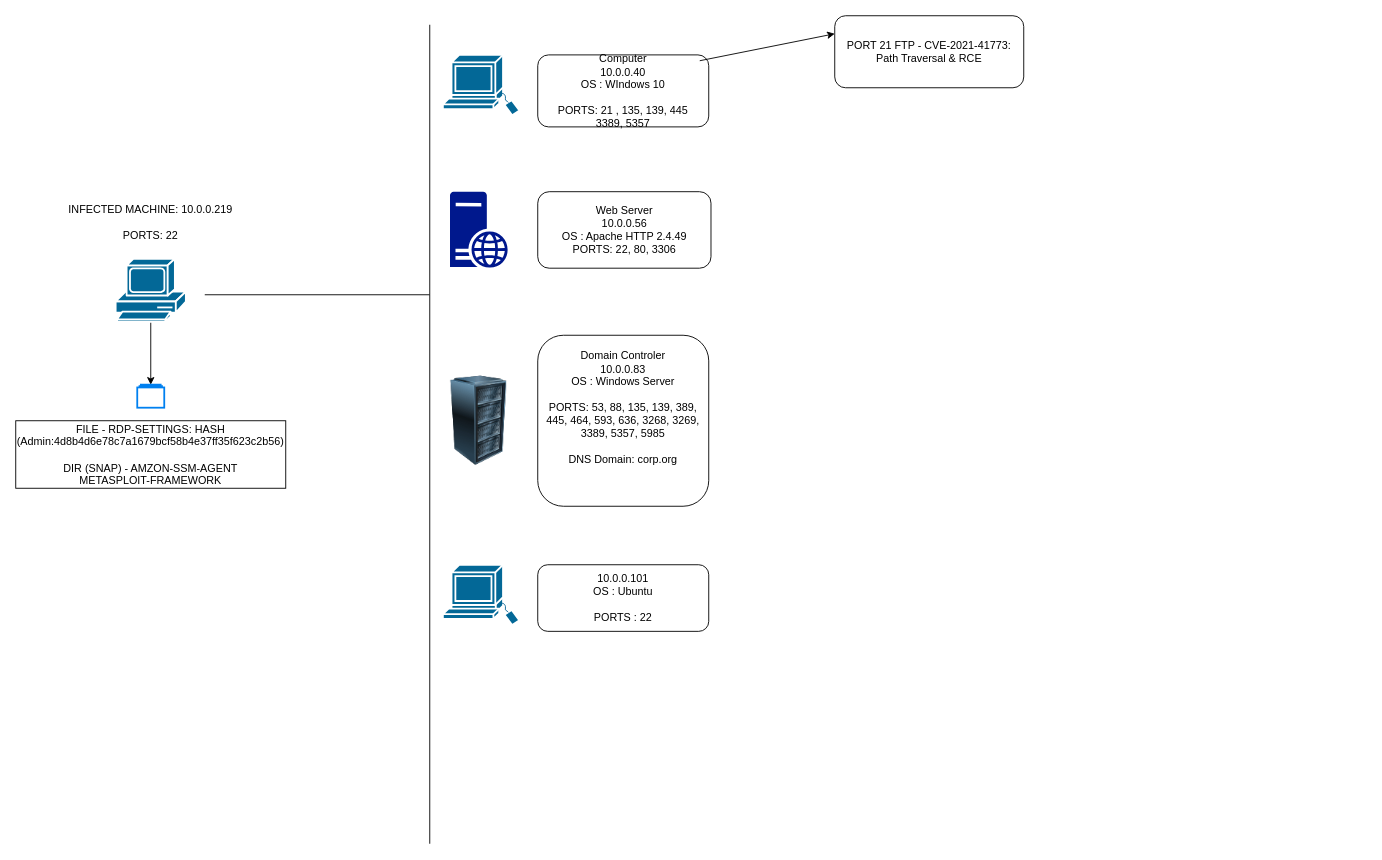
Before: Exercises/FinalProject.drawio in RODMS1/ICC-03-personal-repo, a draw.io diagram. Source tidied: cells renumbered, new cells numbered last; positions are measured from the earlier drawing's top-left corner, leaving out a move shared by most shapes. Both pictures are drawn from the tidied source at 90%, with x=0, y=0 at pixel (15, 15).
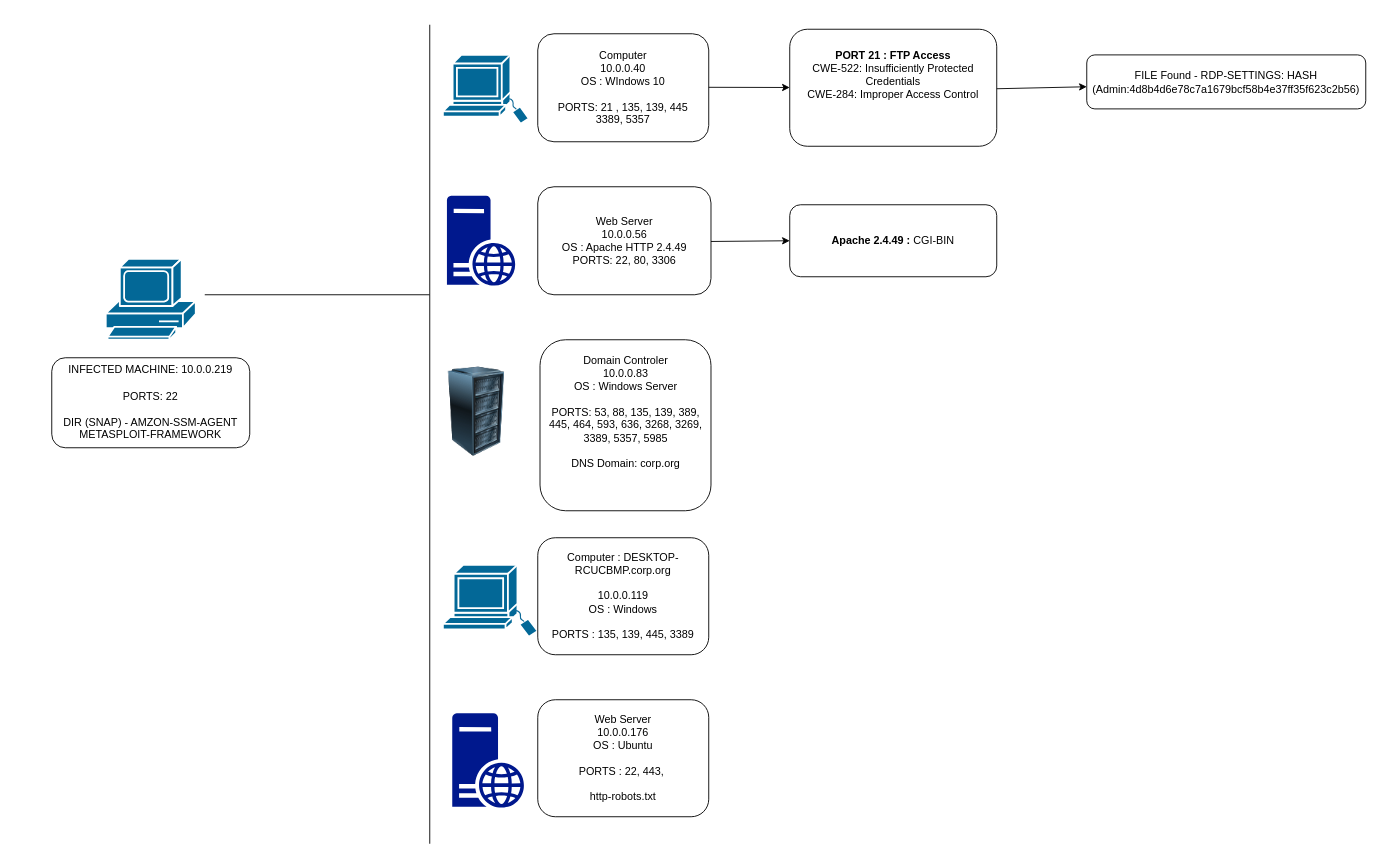
After the change.

Change to the diagram source:
```diff
@@
-    <mxCell id="2" style="edgeStyle=orthogonalEdgeStyle;rounded=0;jettySize=auto;html=1;exitX=0.5;exitY=1;exitDx=0;exitDy=0;exitPerimeter=0;" parent="1" edge="1" source="3" target="5">
-      <mxGeometry relative="1" as="geometry" />
-    </mxCell>
     <mxCell id="3" style="shape=mxgraph.cisco.computers_and_peripherals.pc;html=1;dashed=0;fillColor=#036897;strokeColor=#ffffff;strokeWidth=2;verticalLabelPosition=bottom;verticalAlign=top;align=center;outlineConnect=0;" parent="1" vertex="1">
-      <mxGeometry x="111" y="270" width="78" height="70" as="geometry" />
+      <mxGeometry x="100" y="270" width="100" height="90" as="geometry" />
     </mxCell>
-    <mxCell id="4" value="INFECTED MACHINE: 10.0.0.219&lt;br&gt;&lt;br&gt;PORTS: 22" style="text;html=1;whiteSpace=wrap;strokeColor=none;fillColor=none;align=center;verticalAlign=middle;rounded=0;" parent="1" vertex="1">
-      <mxGeometry x="40" y="210" width="220" height="40" as="geometry" />
-    </mxCell>
-    <mxCell id="5" style="html=1;verticalLabelPosition=bottom;align=center;labelBackgroundColor=#ffffff;verticalAlign=top;strokeWidth=2;strokeColor=#0080F0;shadow=0;dashed=0;shape=mxgraph.ios7.icons.folders;" parent="1" vertex="1">
-      <mxGeometry x="135" y="410" width="30" height="25.5" as="geometry" />
-    </mxCell>
-    <mxCell id="6" value="FILE - RDP-SETTINGS: HASH (Admin:4d8b4d6e78c7a1679bcf58b4e37ff35f623c2b56)&lt;br&gt;&lt;br&gt;DIR (SNAP) - AMZON-SSM-AGENT&lt;br&gt;METASPLOIT-FRAMEWORK" style="whiteSpace=wrap;html=1;" parent="1" vertex="1">
-      <mxGeometry y="450" width="300" height="75" as="geometry" />
-    </mxCell>
     <mxCell id="7" style="shape=mxgraph.cisco.computers_and_peripherals.sun_workstation;html=1;dashed=0;fillColor=#036897;strokeColor=#ffffff;strokeWidth=2;verticalLabelPosition=bottom;verticalAlign=top;align=center;" parent="1" vertex="1">
-      <mxGeometry x="474.6" y="43.5" width="85" height="67" as="geometry" />
+      <mxGeometry x="474.6" y="43.5" width="95.4" height="76.5" as="geometry" />
     </mxCell>
@@
     <mxCell id="11" value="Computer&lt;br&gt;10.0.0.40&lt;br&gt;OS : WIndows 10&lt;br&gt;&lt;br&gt;PORTS: 21 , 135, 139, 445&lt;br&gt;3389, 5357" style="rounded=1;whiteSpace=wrap;html=1;" parent="1" vertex="1">
-      <mxGeometry x="580" y="43.5" width="190" height="80" as="geometry" />
+      <mxGeometry x="580" y="20" width="190" height="120" as="geometry" />
     </mxCell>
-    <mxCell id="12" style="endArrow=classic;html=1;rounded=0;entryX=0;entryY=0.25;entryDx=0;entryDy=0;" parent="1" edge="1" target="13">
+    <mxCell id="12" style="endArrow=classic;html=1;rounded=0;" parent="1" edge="1" target="26">
       <mxGeometry relative="1" as="geometry">
-        <mxPoint x="760" y="50" as="sourcePoint" />
+        <mxPoint x="770" y="79.5" as="sourcePoint" />
         <Array as="points">
-          <mxPoint x="760" y="50" />
+          <mxPoint x="770" y="79.5" />
         </Array>
       </mxGeometry>
     </mxCell>
-    <mxCell id="13" value="PORT 21 FTP - CVE-2021-41773: Path Traversal &amp;amp; RCE" style="rounded=1;whiteSpace=wrap;html=1;" parent="1" vertex="1">
-      <mxGeometry x="910" width="210" height="80" as="geometry" />
+    <mxCell id="13" value="&lt;b&gt;Apache 2.4.49 :&lt;/b&gt;&amp;nbsp;CGI-BIN" style="rounded=1;whiteSpace=wrap;html=1;" parent="1" vertex="1">
+      <mxGeometry x="860" y="210" width="230" height="80" as="geometry" />
     </mxCell>
     <mxCell id="14" style="sketch=0;shadow=0;dashed=0;html=1;strokeColor=none;labelPosition=center;verticalLabelPosition=bottom;verticalAlign=top;align=center;fillColor=#00188D;shape=mxgraph.mscae.enterprise.web_server;" parent="1" vertex="1">
-      <mxGeometry x="482.5" y="195.5" width="64.2" height="84.5" as="geometry" />
+      <mxGeometry x="479.1" y="200" width="76" height="100" as="geometry" />
     </mxCell>
-    <mxCell id="15" value="Web Server&lt;br&gt;10.0.0.56&lt;div&gt;OS : Apache HTTP 2.4.49&lt;/div&gt;&lt;div&gt;PORTS: 22, 80, 3306&lt;/div&gt;" style="rounded=1;whiteSpace=wrap;html=1;" parent="1" vertex="1">
-      <mxGeometry x="580" y="195.5" width="192.5" height="85" as="geometry" />
+    <mxCell id="15" value="Web Server&lt;br&gt;10.0.0.56&lt;div&gt;OS : Apache HTTP 2.4.49&lt;/div&gt;&lt;div&gt;PORTS: 22, 80, 3306&lt;br&gt;&lt;/div&gt;" style="rounded=1;whiteSpace=wrap;html=1;" parent="1" vertex="1">
+      <mxGeometry x="580" y="190" width="192.5" height="120" as="geometry" />
     </mxCell>
     <mxCell id="16" style="image;html=1;image=img/lib/clip_art/computers/Server_Rack_128x128.png;" parent="1" vertex="1">
-      <mxGeometry x="474.6" y="400" width="80" height="100" as="geometry" />
+      <mxGeometry x="472.1" y="390" width="80" height="100" as="geometry" />
     </mxCell>
     <mxCell id="17" value="Domain Controler&lt;div&gt;10.0.0.83&lt;/div&gt;&lt;div&gt;OS : Windows Server&lt;br&gt;&lt;br&gt;PORTS: 53, 88, 135, 139, 389, 445, 464, 593, 636, 3268, 3269, 3389, 5357, 5985&lt;/div&gt;&lt;div&gt;&lt;br&gt;&lt;/div&gt;&lt;div&gt;DNS Domain: corp.org&lt;/div&gt;&lt;div&gt;&lt;br&gt;&lt;/div&gt;&lt;div&gt;&lt;br&gt;&lt;/div&gt;" style="rounded=1;whiteSpace=wrap;html=1;" parent="1" vertex="1">
-      <mxGeometry x="580" y="355" width="190" height="190" as="geometry" />
+      <mxGeometry x="582.5" y="360" width="190" height="190" as="geometry" />
     </mxCell>
-    <mxCell id="18" style="shape=mxgraph.cisco.computers_and_peripherals.sun_workstation;html=1;dashed=0;fillColor=#036897;strokeColor=#ffffff;strokeWidth=2;verticalLabelPosition=bottom;verticalAlign=top;align=center;" parent="1" vertex="1">
-      <mxGeometry x="474.6" y="610" width="85" height="67" as="geometry" />
-    </mxCell>
-    <mxCell id="19" value="10.0.0.101&lt;br&gt;OS : Ubuntu&lt;div&gt;&lt;br&gt;PORTS : 22&lt;/div&gt;" style="rounded=1;whiteSpace=wrap;html=1;" parent="1" vertex="1">
-      <mxGeometry x="580" y="610" width="190" height="74" as="geometry" />
-    </mxCell>
+    <mxCell id="20" style="shape=mxgraph.cisco.computers_and_peripherals.sun_workstation;html=1;dashed=0;fillColor=#036897;strokeColor=#ffffff;strokeWidth=2;verticalLabelPosition=bottom;verticalAlign=top;align=center;" parent="1" vertex="1">
+      <mxGeometry x="474.6" y="610" width="105.4" height="80" as="geometry" />
+    </mxCell>
+    <mxCell id="21" value="Computer : DESKTOP-RCUCBMP.corp.org&lt;br&gt;&lt;br&gt;10.0.0.119&lt;div&gt;OS : Windows&lt;br&gt;&lt;br&gt;&lt;/div&gt;&lt;div&gt;PORTS : 135, 139, 445, 3389&lt;/div&gt;" style="rounded=1;whiteSpace=wrap;html=1;" parent="1" vertex="1">
+      <mxGeometry x="580" y="580" width="190" height="130" as="geometry" />
+    </mxCell>
+    <mxCell id="22" value="FILE Found - RDP-SETTINGS: HASH (Admin:4d8b4d6e78c7a1679bcf58b4e37ff35f623c2b56)" style="rounded=1;whiteSpace=wrap;html=1;" parent="1" vertex="1">
+      <mxGeometry x="1190" y="43.5" width="310" height="60" as="geometry" />
+    </mxCell>
+    <mxCell id="23" value="INFECTED MACHINE: 10.0.0.219&lt;br&gt;&lt;br&gt;PORTS: 22&lt;br&gt;&lt;br&gt;DIR (SNAP) - AMZON-SSM-AGENT&lt;br&gt;METASPLOIT-FRAMEWORK" style="rounded=1;whiteSpace=wrap;html=1;" parent="1" vertex="1">
+      <mxGeometry x="40" y="380" width="220" height="100" as="geometry" />
+    </mxCell>
+    <mxCell id="24" value="Web Server&lt;div&gt;10.0.0.176&lt;/div&gt;&lt;div&gt;OS : Ubuntu&lt;/div&gt;&lt;div&gt;&lt;br&gt;&lt;/div&gt;&lt;div&gt;PORTS : 22, 443,&amp;nbsp;&lt;br&gt;&lt;br&gt;http-robots.txt&lt;/div&gt;" style="rounded=1;whiteSpace=wrap;html=1;" parent="1" vertex="1">
+      <mxGeometry x="580" y="760" width="190" height="130" as="geometry" />
+    </mxCell>
+    <mxCell id="25" style="sketch=0;shadow=0;dashed=0;html=1;strokeColor=none;labelPosition=center;verticalLabelPosition=bottom;verticalAlign=top;align=center;fillColor=#00188D;shape=mxgraph.mscae.enterprise.web_server;" parent="1" vertex="1">
+      <mxGeometry x="485" y="775" width="79.8" height="105" as="geometry" />
+    </mxCell>
+    <mxCell id="26" value="&lt;b&gt;PORT 21 : FTP Access&lt;/b&gt;&lt;div&gt;CWE-522: Insufficiently Protected Credentials&lt;br&gt;CWE-284: Improper Access Control&lt;/div&gt;&lt;div&gt;&lt;br&gt;&lt;/div&gt;&lt;div&gt;&lt;br&gt;&lt;/div&gt;" style="rounded=1;whiteSpace=wrap;html=1;" parent="1" vertex="1">
+      <mxGeometry x="860" y="15" width="230" height="130" as="geometry" />
+    </mxCell>
+    <mxCell id="27" style="endArrow=classic;html=1;rounded=0;entryX=0;entryY=0.5;entryDx=0;entryDy=0;" parent="1" edge="1">
+      <mxGeometry relative="1" as="geometry">
+        <mxPoint x="1090" y="81.1" as="sourcePoint" />
+        <mxPoint x="1190" y="78.9" as="targetPoint" />
+        <Array as="points">
+          <mxPoint x="1090" y="81.1" />
+        </Array>
+      </mxGeometry>
+    </mxCell>
+    <mxCell id="28" style="endArrow=classic;html=1;rounded=0;entryX=0;entryY=0.5;entryDx=0;entryDy=0;" parent="1" edge="1" target="13">
+      <mxGeometry relative="1" as="geometry">
+        <mxPoint x="772.5" y="250.8" as="sourcePoint" />
+        <Array as="points">
+          <mxPoint x="772.5" y="250.8" />
+        </Array>
+      </mxGeometry>
+    </mxCell>
```
